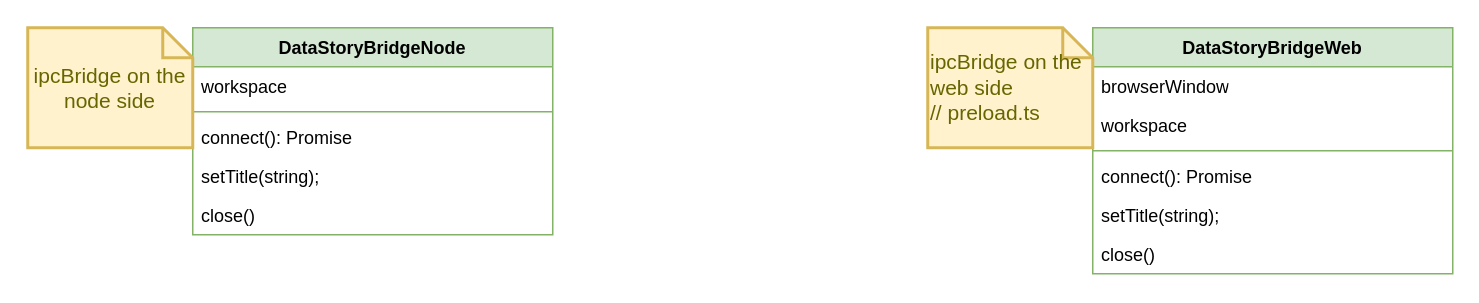
Above: page "DataStoryBridge" (4 of 4) of Untitled Diagram.drawio in stone-lyl/assets (draw.io), before the change. Source tidied: cells renumbered, new cells numbered last; positions are measured from the earlier drawing's top-left corner, leaving out a move shared by most shapes. Both pictures are drawn from the tidied source at 150%, with x=0, y=0 at pixel (27, 27).
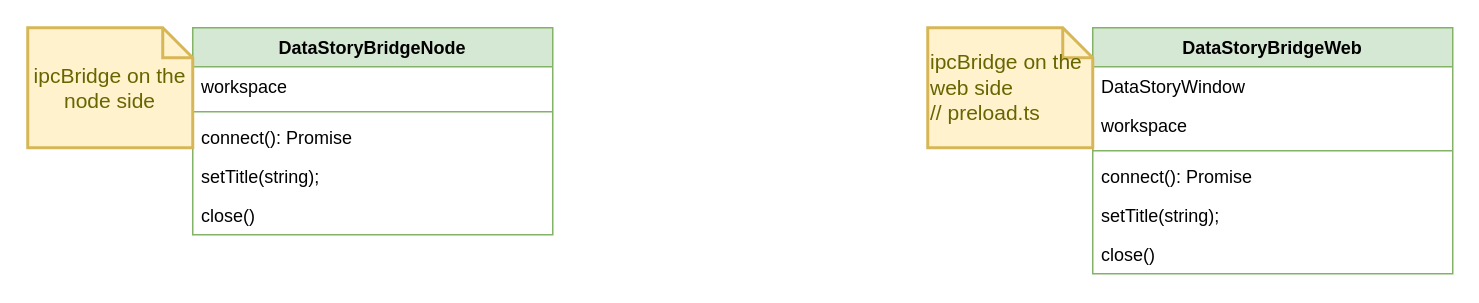
After the change.

What changed in the source:
```diff
@@
 <mxGraphModel>
   <root>
     <mxCell id="0" />
     <mxCell id="1" parent="0" />
     <mxCell id="2" value="DataStoryBridgeNode" style="swimlane;fontStyle=1;align=center;verticalAlign=top;horizontal=1;startSize=26;whiteSpace=wrap;html=1;fillColor=#d5e8d4;strokeColor=#82b366;" parent="1" vertex="1">
       <mxGeometry x="110" width="240" height="138" as="geometry" />
     </mxCell>
     <mxCell id="3" value="workspace" style="text;strokeColor=none;fillColor=none;align=left;verticalAlign=top;spacingLeft=4;spacingRight=4;overflow=hidden;whiteSpace=wrap;html=1;" parent="2" vertex="1">
       <mxGeometry y="26" width="240" height="26" as="geometry" />
     </mxCell>
     <mxCell id="4" style="line;strokeWidth=1;fillColor=none;align=left;verticalAlign=middle;spacingTop=-1;spacingLeft=3;spacingRight=3;labelPosition=right;strokeColor=inherit;" parent="2" vertex="1">
       <mxGeometry y="52" width="240" height="8" as="geometry" />
     </mxCell>
     <mxCell id="5" value="connect(): Promise" style="text;strokeColor=none;fillColor=none;align=left;verticalAlign=top;spacingLeft=4;spacingRight=4;overflow=hidden;whiteSpace=wrap;html=1;" parent="2" vertex="1">
       <mxGeometry y="60" width="240" height="26" as="geometry" />
     </mxCell>
     <mxCell id="6" value="setTitle(string);" style="text;strokeColor=none;fillColor=none;align=left;verticalAlign=top;spacingLeft=4;spacingRight=4;overflow=hidden;whiteSpace=wrap;html=1;" parent="2" vertex="1">
       <mxGeometry y="86" width="240" height="26" as="geometry" />
     </mxCell>
     <mxCell id="7" value="close()" style="text;strokeColor=none;fillColor=none;align=left;verticalAlign=top;spacingLeft=4;spacingRight=4;overflow=hidden;whiteSpace=wrap;html=1;" parent="2" vertex="1">
       <mxGeometry y="112" width="240" height="26" as="geometry" />
     </mxCell>
     <mxCell id="8" value="DataStoryBridgeWeb" style="swimlane;fontStyle=1;align=center;verticalAlign=top;horizontal=1;startSize=26;whiteSpace=wrap;html=1;fillColor=#d5e8d4;strokeColor=#82b366;" parent="1" vertex="1">
       <mxGeometry x="710" width="240" height="164" as="geometry" />
     </mxCell>
-    <mxCell id="9" value="browserWindow" style="text;strokeColor=none;fillColor=none;align=left;verticalAlign=top;spacingLeft=4;spacingRight=4;overflow=hidden;whiteSpace=wrap;html=1;" parent="8" vertex="1">
+    <mxCell id="9" value="DataStoryWindow" style="text;strokeColor=none;fillColor=none;align=left;verticalAlign=top;spacingLeft=4;spacingRight=4;overflow=hidden;whiteSpace=wrap;html=1;" parent="8" vertex="1">
       <mxGeometry y="26" width="240" height="26" as="geometry" />
     </mxCell>
     <mxCell id="10" value="workspace" style="text;strokeColor=none;fillColor=none;align=left;verticalAlign=top;spacingLeft=4;spacingRight=4;overflow=hidden;whiteSpace=wrap;html=1;" parent="8" vertex="1">
       <mxGeometry y="52" width="240" height="26" as="geometry" />
     </mxCell>
     <mxCell id="11" style="line;strokeWidth=1;fillColor=none;align=left;verticalAlign=middle;spacingTop=-1;spacingLeft=3;spacingRight=3;labelPosition=right;strokeColor=inherit;" parent="8" vertex="1">
       <mxGeometry y="78" width="240" height="8" as="geometry" />
     </mxCell>
     <mxCell id="12" value="connect(): Promise" style="text;strokeColor=none;fillColor=none;align=left;verticalAlign=top;spacingLeft=4;spacingRight=4;overflow=hidden;whiteSpace=wrap;html=1;" parent="8" vertex="1">
       <mxGeometry y="86" width="240" height="26" as="geometry" />
     </mxCell>
     <mxCell id="13" value="setTitle(string);" style="text;strokeColor=none;fillColor=none;align=left;verticalAlign=top;spacingLeft=4;spacingRight=4;overflow=hidden;whiteSpace=wrap;html=1;" parent="8" vertex="1">
       <mxGeometry y="112" width="240" height="26" as="geometry" />
     </mxCell>
     <mxCell id="14" value="close()" style="text;strokeColor=none;fillColor=none;align=left;verticalAlign=top;spacingLeft=4;spacingRight=4;overflow=hidden;whiteSpace=wrap;html=1;" parent="8" vertex="1">
       <mxGeometry y="138" width="240" height="26" as="geometry" />
     </mxCell>
     <mxCell id="15" value="ipcBridge on the node side" style="shape=note;strokeWidth=2;fontSize=14;size=20;whiteSpace=wrap;html=1;fillColor=#fff2cc;strokeColor=#d6b656;fontColor=#666600;" parent="1" vertex="1">
       <mxGeometry width="110" height="80" as="geometry" />
     </mxCell>
     <mxCell id="16" value="ipcBridge on the web side&lt;div&gt;// preload.ts&lt;/div&gt;" style="shape=note;strokeWidth=2;fontSize=14;size=20;whiteSpace=wrap;html=1;fillColor=#fff2cc;strokeColor=#d6b656;fontColor=#666600;align=left;" parent="1" vertex="1">
       <mxGeometry x="600" width="110" height="80" as="geometry" />
     </mxCell>
   </root>
 </mxGraphModel>
```
